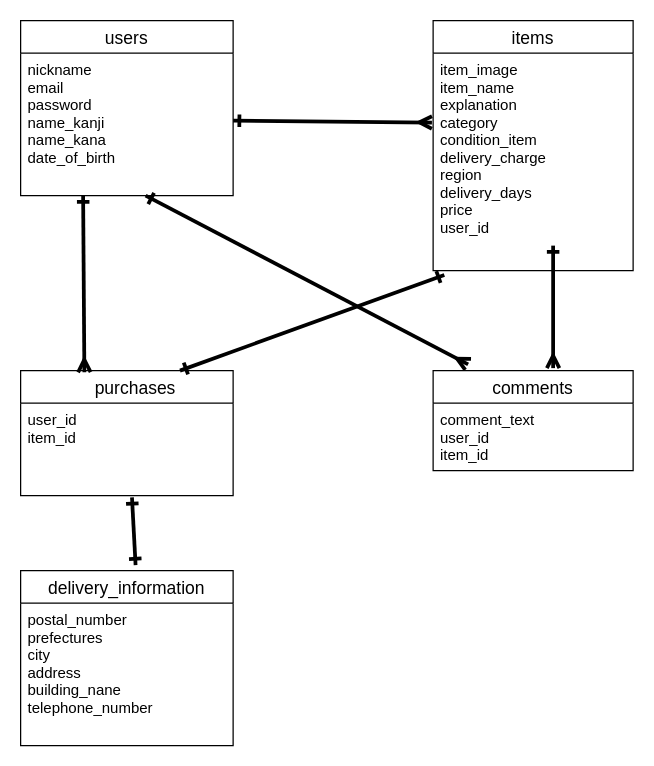
Earlier version of the draw.io diagram ER.dio (kahoxx121u/furima-38412). Source tidied: cells renumbered, new cells numbered last; positions are measured from the earlier drawing's top-left corner, leaving out a move shared by most shapes. Both pictures are drawn from the tidied source at 125%, with x=0, y=0 at pixel (20, 20).
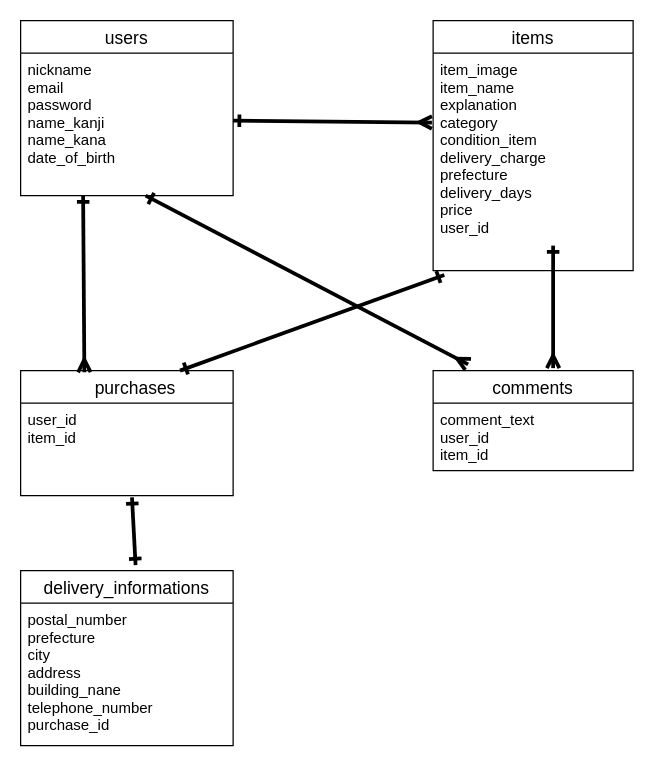
After the change.

Commit message (it also covers changes not shown here):
データベース設計②

The change refers to these unchanged cells:
```xml
<mxCell id="4" value="items" style="swimlane;fontStyle=0;horizontal=1;startSize=26;align=center;fontSize=14;" parent="1" vertex="1">
  <mxGeometry x="330" width="160" height="200" as="geometry" />
</mxCell>
```

Change to the diagram source:
```diff
@@
-    <mxCell id="5" value="item_image&#10;item_name&#10;explanation&#10;category&#10;condition_item&#10;delivery_charge&#10;region&#10;delivery_days&#10;price&#10;user_id" style="text;strokeColor=none;fillColor=none;spacingLeft=4;spacingRight=4;overflow=hidden;points=[[0,0.5],[1,0.5]];portConstraint=eastwest;fontSize=12;" parent="4" vertex="1">
+    <mxCell id="5" value="item_image&#10;item_name&#10;explanation&#10;category&#10;condition_item&#10;delivery_charge&#10;prefecture&#10;delivery_days&#10;price&#10;user_id" style="text;strokeColor=none;fillColor=none;spacingLeft=4;spacingRight=4;overflow=hidden;points=[[0,0.5],[1,0.5]];portConstraint=eastwest;fontSize=12;" parent="4" vertex="1">
       <mxGeometry y="26" width="160" height="174" as="geometry" />
     </mxCell>
@@
-    <mxCell id="8" value="delivery_information" style="swimlane;fontStyle=0;horizontal=1;startSize=26;align=center;fontSize=14;" parent="1" vertex="1">
+    <mxCell id="8" value="delivery_informations" style="swimlane;fontStyle=0;horizontal=1;startSize=26;align=center;fontSize=14;" parent="1" vertex="1">
       <mxGeometry y="440" width="170" height="140" as="geometry" />
     </mxCell>
-    <mxCell id="9" value="postal_number&#10;prefectures&#10;city&#10;address&#10;building_nane&#10;telephone_number" style="text;strokeColor=none;fillColor=none;spacingLeft=4;spacingRight=4;overflow=hidden;fontSize=12;" parent="8" vertex="1">
+    <mxCell id="9" value="postal_number&#10;prefecture&#10;city&#10;address&#10;building_nane&#10;telephone_number&#10;purchase_id" style="text;strokeColor=none;fillColor=none;spacingLeft=4;spacingRight=4;overflow=hidden;fontSize=12;" parent="8" vertex="1">
       <mxGeometry y="26" width="170" height="114" as="geometry" />
     </mxCell>
```
